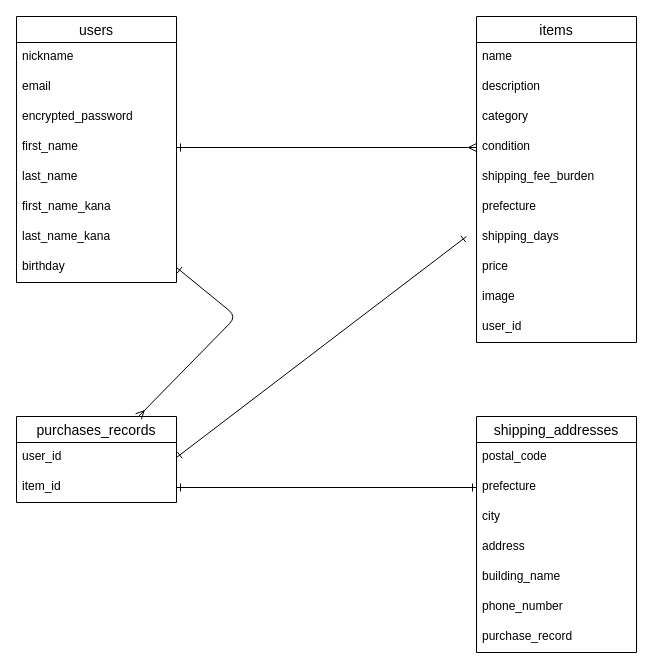
The draw.io diagram test.dio in ika4649/furima-40610, before the edit. Source tidied: cells renumbered, new cells numbered last; positions are measured from the earlier drawing's top-left corner, leaving out a move shared by most shapes. Both pictures are drawn from the tidied source at 100%, with x=0, y=0 at pixel (16, 16).
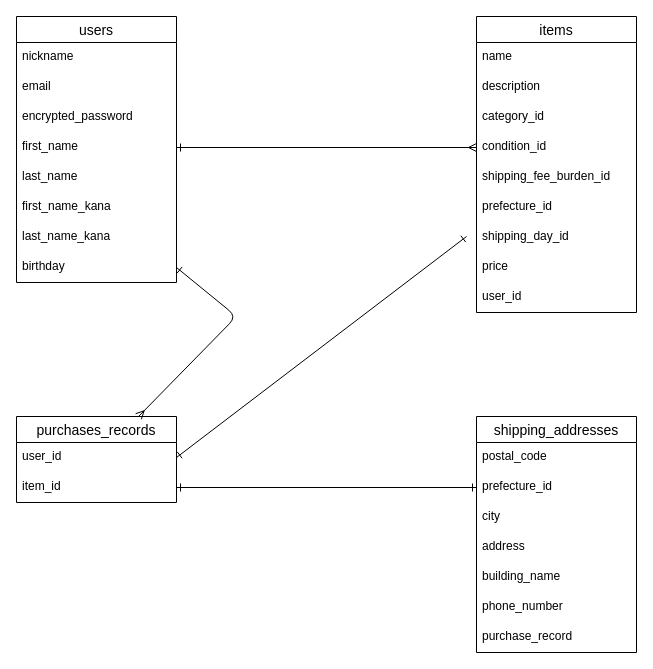
Above is the later version.

Commit message (it also covers changes not shown here):
データベース設計修正２

The change refers to these unchanged cells:
```xml
<mxCell id="25" value="shipping_addresses" style="swimlane;fontStyle=0;horizontal=1;startSize=26;align=center;fontSize=14;" parent="1" vertex="1">
  <mxGeometry x="460" y="400" width="160" height="236" as="geometry" />
</mxCell>
```

What changed in the source:
```diff
@@
     <mxCell id="11" value="items" style="swimlane;fontStyle=0;horizontal=1;startSize=26;align=center;fontSize=14;" parent="1" vertex="1">
-      <mxGeometry x="460" width="160" height="326" as="geometry" />
+      <mxGeometry x="460" width="160" height="296" as="geometry" />
     </mxCell>
@@
-    <mxCell id="14" value="category" style="text;strokeColor=none;fillColor=none;spacingLeft=4;spacingRight=4;overflow=hidden;fontSize=12;" parent="11" vertex="1">
+    <mxCell id="14" value="category_id" style="text;strokeColor=none;fillColor=none;spacingLeft=4;spacingRight=4;overflow=hidden;fontSize=12;" parent="11" vertex="1">
       <mxGeometry y="86" width="160" height="30" as="geometry" />
     </mxCell>
-    <mxCell id="15" value="condition" style="text;strokeColor=none;fillColor=none;spacingLeft=4;spacingRight=4;overflow=hidden;points=[[0,0.5],[1,0.5]];portConstraint=eastwest;fontSize=12;" parent="11" vertex="1">
+    <mxCell id="15" value="condition_id" style="text;strokeColor=none;fillColor=none;spacingLeft=4;spacingRight=4;overflow=hidden;points=[[0,0.5],[1,0.5]];portConstraint=eastwest;fontSize=12;" parent="11" vertex="1">
       <mxGeometry y="116" width="160" height="30" as="geometry" />
     </mxCell>
-    <mxCell id="16" value="shipping_fee_burden" style="text;strokeColor=none;fillColor=none;spacingLeft=4;spacingRight=4;overflow=hidden;fontSize=12;" parent="11" vertex="1">
+    <mxCell id="16" value="shipping_fee_burden_id" style="text;strokeColor=none;fillColor=none;spacingLeft=4;spacingRight=4;overflow=hidden;fontSize=12;" parent="11" vertex="1">
       <mxGeometry y="146" width="160" height="30" as="geometry" />
     </mxCell>
-    <mxCell id="17" value="prefecture" style="text;strokeColor=none;fillColor=none;spacingLeft=4;spacingRight=4;overflow=hidden;fontSize=12;" parent="11" vertex="1">
+    <mxCell id="17" value="prefecture_id" style="text;strokeColor=none;fillColor=none;spacingLeft=4;spacingRight=4;overflow=hidden;fontSize=12;" parent="11" vertex="1">
       <mxGeometry y="176" width="160" height="30" as="geometry" />
     </mxCell>
-    <mxCell id="18" value="shipping_days" style="text;strokeColor=none;fillColor=none;spacingLeft=4;spacingRight=4;overflow=hidden;fontSize=12;" parent="11" vertex="1">
+    <mxCell id="18" value="shipping_day_id" style="text;strokeColor=none;fillColor=none;spacingLeft=4;spacingRight=4;overflow=hidden;fontSize=12;" parent="11" vertex="1">
       <mxGeometry y="206" width="160" height="30" as="geometry" />
     </mxCell>
@@
-    <mxCell id="20" value="image" style="text;strokeColor=none;fillColor=none;spacingLeft=4;spacingRight=4;overflow=hidden;fontSize=12;" parent="11" vertex="1">
-      <mxGeometry y="266" width="160" height="30" as="geometry" />
-    </mxCell>
     <mxCell id="21" value="user_id" style="text;strokeColor=none;fillColor=none;spacingLeft=4;spacingRight=4;overflow=hidden;fontSize=12;" parent="11" vertex="1">
-      <mxGeometry y="296" width="160" height="30" as="geometry" />
+      <mxGeometry y="266" width="160" height="30" as="geometry" />
     </mxCell>
@@
-    <mxCell id="27" value="prefecture" style="text;strokeColor=none;fillColor=none;spacingLeft=4;spacingRight=4;overflow=hidden;points=[[0,0.5],[1,0.5]];portConstraint=eastwest;fontSize=12;" parent="25" vertex="1">
+    <mxCell id="27" value="prefecture_id" style="text;strokeColor=none;fillColor=none;spacingLeft=4;spacingRight=4;overflow=hidden;points=[[0,0.5],[1,0.5]];portConstraint=eastwest;fontSize=12;" parent="25" vertex="1">
       <mxGeometry y="56" width="160" height="30" as="geometry" />
     </mxCell>
```
